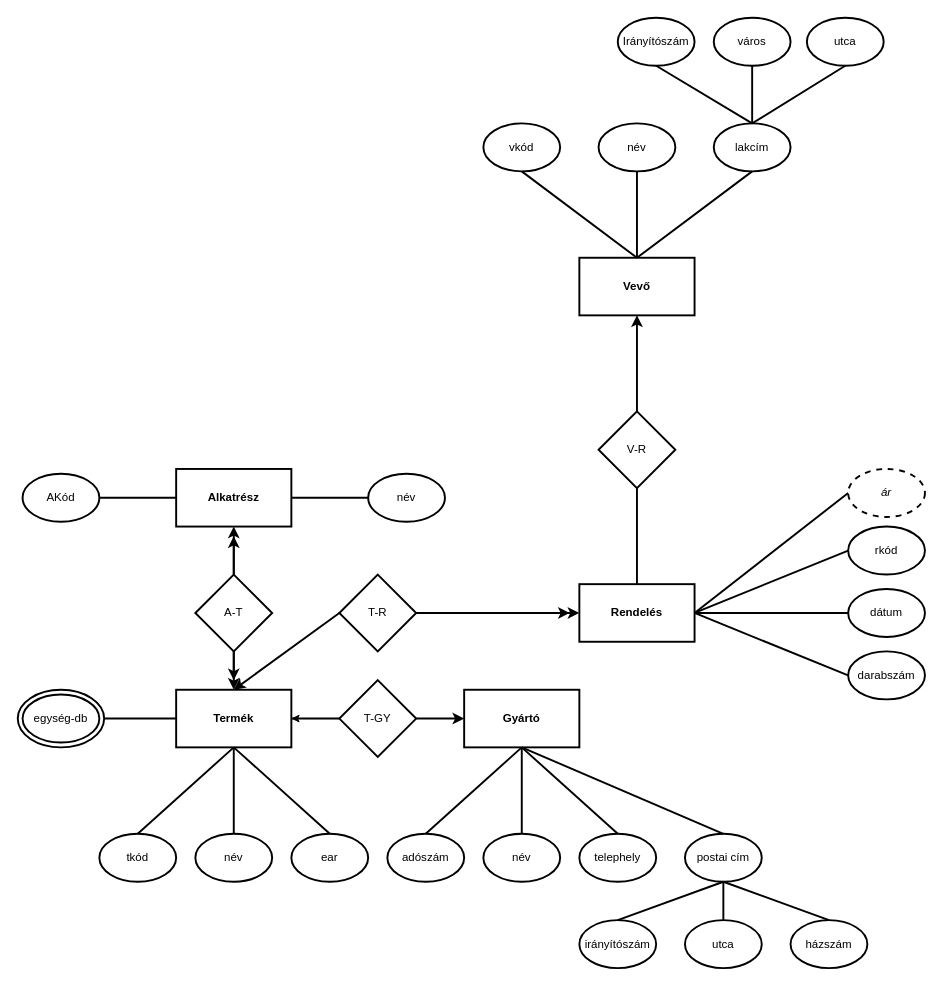
HZsolt2024/ECCOX9_DBGyak keeps this draw.io diagram as ECCOX9_0228/Eccox9_3.drawio. Above is the earlier version. Source tidied: cells renumbered, new cells numbered last; positions are measured from the earlier drawing's top-left corner, leaving out a move shared by most shapes. Both pictures are drawn from the tidied source at 96%, with x=0, y=0 at pixel (17, 17).
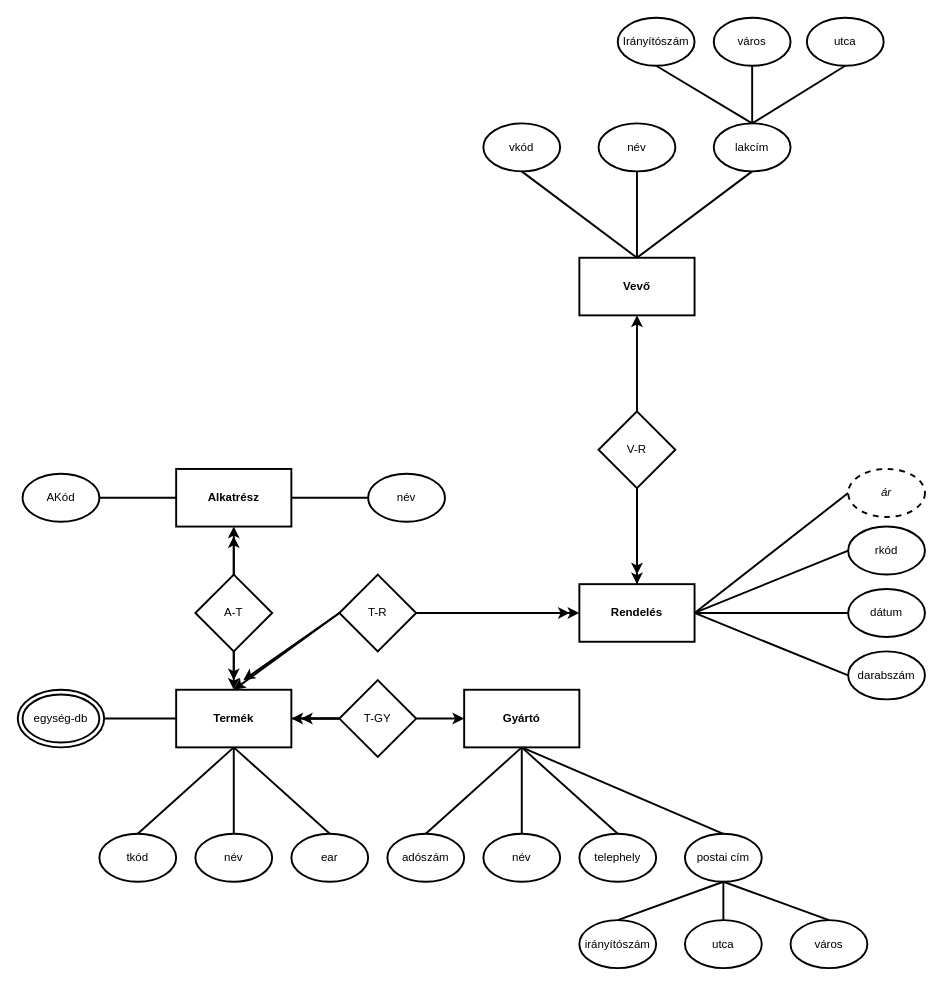
Above is the later version.

Unchanged cells that the change refers to:
```xml
<mxCell id="3" value="&lt;b&gt;Termék&lt;/b&gt;" style="rounded=0;whiteSpace=wrap;html=1;strokeWidth=2;" parent="1" vertex="1">
  <mxGeometry x="165" y="700" width="120" height="60" as="geometry" />
</mxCell>
<mxCell id="18" value="T-GY" style="rhombus;whiteSpace=wrap;html=1;strokeWidth=2;" parent="1" vertex="1">
  <mxGeometry x="335" y="690" width="80" height="80" as="geometry" />
</mxCell>
<mxCell id="38" value="&lt;b&gt;Rendelés&lt;/b&gt;" style="rounded=0;whiteSpace=wrap;html=1;strokeWidth=2;" parent="1" vertex="1">
  <mxGeometry x="585" y="590" width="120" height="60" as="geometry" />
</mxCell>
<mxCell id="39" value="T-R" style="rhombus;whiteSpace=wrap;html=1;strokeWidth=2;" parent="1" vertex="1">
  <mxGeometry x="335" y="580" width="80" height="80" as="geometry" />
</mxCell>
<mxCell id="52" value="V-R" style="rhombus;whiteSpace=wrap;html=1;strokeWidth=2;" parent="1" vertex="1">
  <mxGeometry x="605" y="410" width="80" height="80" as="geometry" />
</mxCell>
```

The edit, as a diff of the source:
```diff
@@
-    <mxCell id="22" value="házszám" style="ellipse;whiteSpace=wrap;html=1;strokeWidth=2;" parent="1" vertex="1">
+    <mxCell id="22" value="város" style="ellipse;whiteSpace=wrap;html=1;strokeWidth=2;" parent="1" vertex="1">
       <mxGeometry x="805" y="940" width="80" height="50" as="geometry" />
     </mxCell>
@@
-    <mxCell id="42" style="endArrow=classic;html=1;rounded=0;exitX=0;exitY=0.5;exitDx=0;exitDy=0;entryX=0.5;entryY=0;entryDx=0;entryDy=0;strokeWidth=2;" parent="1" edge="1" source="39" target="3">
+    <mxCell id="42" style="endArrow=classic;html=1;rounded=0;exitX=0;exitY=0.5;exitDx=0;exitDy=0;strokeWidth=2;entryX=0.5;entryY=0;entryDx=0;entryDy=0;" parent="1" edge="1" source="39" target="3">
       <mxGeometry relative="1" as="geometry" />
     </mxCell>
@@
-    <mxCell id="60" style="endArrow=classic;html=1;rounded=0;exitX=0;exitY=0.5;exitDx=0;exitDy=0;entryX=1;entryY=0.5;entryDx=0;entryDy=0;" parent="1" edge="1" source="18" target="3">
+    <mxCell id="60" style="endArrow=classic;html=1;rounded=0;exitX=0;exitY=0.5;exitDx=0;exitDy=0;entryX=1;entryY=0.5;entryDx=0;entryDy=0;strokeWidth=2;" parent="1" edge="1" source="18" target="3">
       <mxGeometry relative="1" as="geometry" />
     </mxCell>
@@
+    <mxCell id="70" style="endArrow=classic;html=1;rounded=0;exitX=0;exitY=0.5;exitDx=0;exitDy=0;strokeWidth=2;" parent="1" edge="1" source="18">
+      <mxGeometry relative="1" as="geometry">
+        <mxPoint x="295" y="730" as="targetPoint" />
+      </mxGeometry>
+    </mxCell>
+    <mxCell id="71" style="endArrow=classic;html=1;rounded=0;exitX=0;exitY=0.5;exitDx=0;exitDy=0;strokeWidth=2;" parent="1" edge="1" source="39">
+      <mxGeometry relative="1" as="geometry">
+        <mxPoint x="235" y="690" as="targetPoint" />
+      </mxGeometry>
+    </mxCell>
+    <mxCell id="72" style="endArrow=classic;html=1;rounded=0;exitX=0.5;exitY=1;exitDx=0;exitDy=0;entryX=0.5;entryY=0;entryDx=0;entryDy=0;strokeWidth=2;" parent="1" edge="1" source="52" target="38">
+      <mxGeometry relative="1" as="geometry" />
+    </mxCell>
+    <mxCell id="73" style="endArrow=classic;html=1;rounded=0;exitX=0.5;exitY=1;exitDx=0;exitDy=0;strokeWidth=2;" parent="1" edge="1" source="52">
+      <mxGeometry relative="1" as="geometry">
+        <mxPoint x="645" y="580" as="targetPoint" />
+      </mxGeometry>
+    </mxCell>
```
